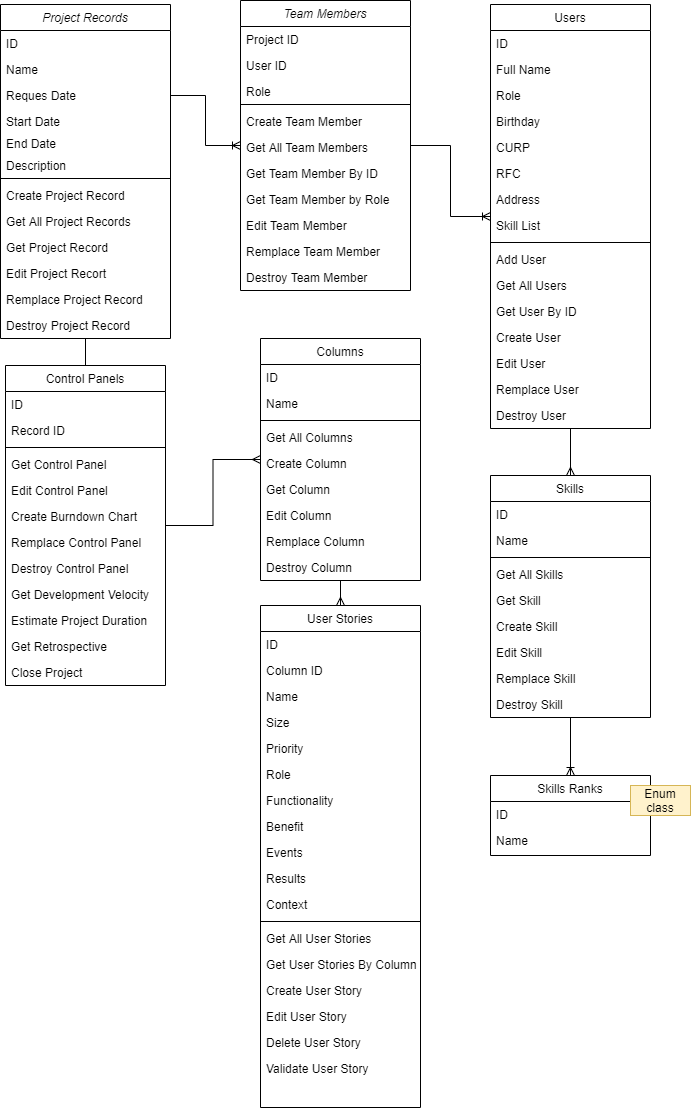
Above: developer_utils/CLASS_DIAGRAM.png in retrohell/manejador.proyectos (draw.io), before the change. Source tidied: cells renumbered, new cells last; positions are measured from the earlier drawing's top-left corner, leaving out a move shared by most shapes.
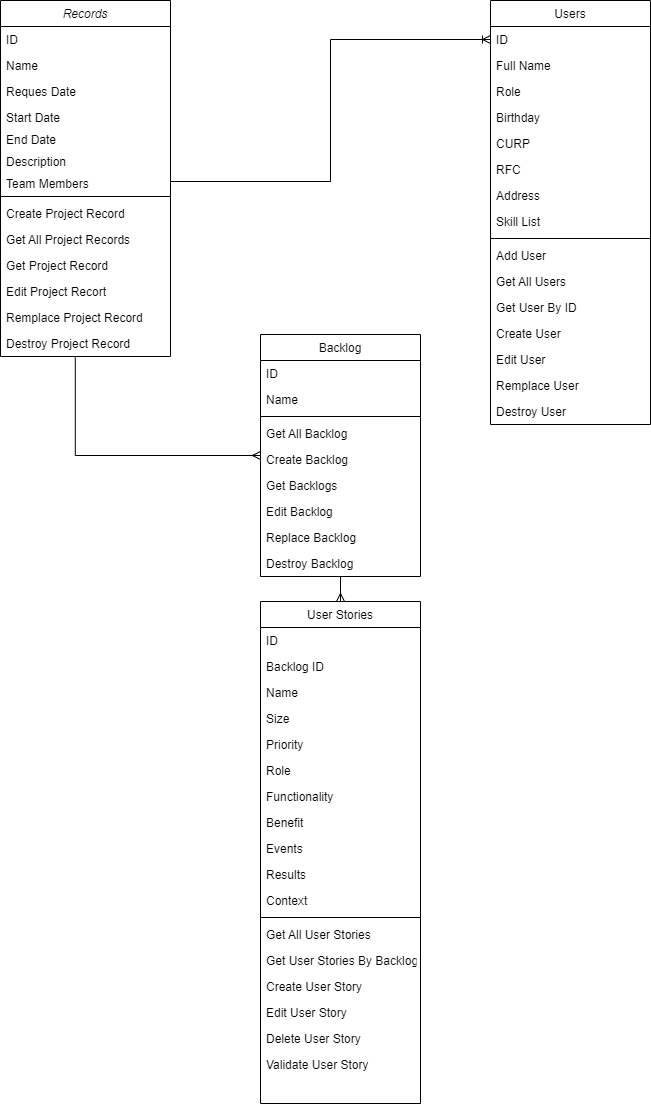
The same diagram one commit later.

Commit message:
Updated class diagram

What changed in the source:
```diff
@@ -2,11 +2,8 @@
   <root>
     <mxCell id="0" />
     <mxCell id="1" parent="0" />
-    <mxCell id="2" style="edgeStyle=orthogonalEdgeStyle;rounded=0;jettySize=auto;html=1;endArrow=none;endFill=0;strokeColor=#000000;" parent="1" edge="1" source="3" target="18">
-      <mxGeometry relative="1" as="geometry" />
-    </mxCell>
-    <mxCell id="3" value="Project Records" style="swimlane;fontStyle=2;align=center;verticalAlign=top;horizontal=1;startSize=26;rounded=0;shadow=0;strokeWidth=1;" parent="1" vertex="1">
-      <mxGeometry y="4" width="170" height="334" as="geometry" />
+    <mxCell id="3" value="Records" style="swimlane;fontStyle=2;align=center;verticalAlign=top;horizontal=1;startSize=26;rounded=0;shadow=0;strokeWidth=1;" parent="1" vertex="1">
+      <mxGeometry y="4" width="170" height="356" as="geometry" />
     </mxCell>
     <mxCell id="4" value="ID" style="text;align=left;verticalAlign=top;spacingLeft=4;spacingRight=4;overflow=hidden;" parent="3" vertex="1">
       <mxGeometry y="26" width="170" height="26" as="geometry" />
@@ -26,72 +23,33 @@
     <mxCell id="9" value="Description    " style="text;align=left;verticalAlign=top;spacingLeft=4;spacingRight=4;overflow=hidden;rounded=0;shadow=0;html=0;" parent="3" vertex="1">
       <mxGeometry y="148" width="170" height="22" as="geometry" />
     </mxCell>
+    <mxCell id="64" value="Team Members" style="text;align=left;verticalAlign=top;spacingLeft=4;spacingRight=4;overflow=hidden;points=[[0,0.5],[1,0.5]];portConstraint=eastwest;rounded=0;shadow=0;html=0;" parent="3" vertex="1">
+      <mxGeometry y="170" width="170" height="22" as="geometry" />
+    </mxCell>
     <mxCell id="10" style="line;html=1;strokeWidth=1;align=left;verticalAlign=middle;spacingTop=-1;spacingLeft=3;spacingRight=3;labelPosition=right;" parent="3" vertex="1">
-      <mxGeometry y="170" width="170" height="8" as="geometry" />
+      <mxGeometry y="192" width="170" height="8" as="geometry" />
     </mxCell>
     <mxCell id="11" value="Create Project Record" style="text;align=left;verticalAlign=top;spacingLeft=4;spacingRight=4;overflow=hidden;" parent="3" vertex="1">
-      <mxGeometry y="178" width="170" height="26" as="geometry" />
+      <mxGeometry y="200" width="170" height="26" as="geometry" />
     </mxCell>
     <mxCell id="12" value="Get All Project Records" style="text;align=left;verticalAlign=top;spacingLeft=4;spacingRight=4;overflow=hidden;" parent="3" vertex="1">
-      <mxGeometry y="204" width="170" height="26" as="geometry" />
+      <mxGeometry y="226" width="170" height="26" as="geometry" />
     </mxCell>
     <mxCell id="13" value="Get Project Record " style="text;align=left;verticalAlign=top;spacingLeft=4;spacingRight=4;overflow=hidden;" parent="3" vertex="1">
-      <mxGeometry y="230" width="170" height="26" as="geometry" />
+      <mxGeometry y="252" width="170" height="26" as="geometry" />
     </mxCell>
     <mxCell id="14" value="Edit Project Recort" style="text;align=left;verticalAlign=top;spacingLeft=4;spacingRight=4;overflow=hidden;" parent="3" vertex="1">
-      <mxGeometry y="256" width="170" height="26" as="geometry" />
+      <mxGeometry y="278" width="170" height="26" as="geometry" />
     </mxCell>
     <mxCell id="15" value="Remplace Project Record&#10;" style="text;align=left;verticalAlign=top;spacingLeft=4;spacingRight=4;overflow=hidden;" parent="3" vertex="1">
-      <mxGeometry y="282" width="170" height="26" as="geometry" />
+      <mxGeometry y="304" width="170" height="26" as="geometry" />
     </mxCell>
     <mxCell id="16" value="Destroy Project Record" style="text;align=left;verticalAlign=top;spacingLeft=4;spacingRight=4;overflow=hidden;points=[[0,0.5],[1,0.5]];portConstraint=eastwest;" parent="3" vertex="1">
-      <mxGeometry y="308" width="170" height="26" as="geometry" />
+      <mxGeometry y="330" width="170" height="26" as="geometry" />
     </mxCell>
-    <mxCell id="17" style="edgeStyle=orthogonalEdgeStyle;rounded=0;jettySize=auto;html=1;endArrow=ERmany;endFill=0;strokeColor=#000000;" parent="1" edge="1" source="18" target="78">
+    <mxCell id="17" style="edgeStyle=orthogonalEdgeStyle;rounded=0;jettySize=auto;html=1;endArrow=ERmany;endFill=0;strokeColor=#000000;exitX=0.44;exitY=1.031;exitDx=0;exitDy=0;exitPerimeter=0;" parent="1" edge="1" source="16" target="78">
       <mxGeometry relative="1" as="geometry" />
     </mxCell>
-    <mxCell id="18" value="Control Panels" style="swimlane;fontStyle=0;align=center;verticalAlign=top;horizontal=1;startSize=26;rounded=0;shadow=0;strokeWidth=1;" parent="1" vertex="1">
-      <mxGeometry x="5" y="365" width="160" height="320" as="geometry" />
-    </mxCell>
-    <mxCell id="19" value="ID" style="text;align=left;verticalAlign=top;spacingLeft=4;spacingRight=4;overflow=hidden;" parent="18" vertex="1">
-      <mxGeometry y="26" width="160" height="26" as="geometry" />
-    </mxCell>
-    <mxCell id="20" value="Record ID" style="text;align=left;verticalAlign=top;spacingLeft=4;spacingRight=4;overflow=hidden;rounded=0;shadow=0;html=0;" parent="18" vertex="1">
-      <mxGeometry y="52" width="160" height="26" as="geometry" />
-    </mxCell>
-    <mxCell id="21" style="line;html=1;strokeWidth=1;align=left;verticalAlign=middle;spacingTop=-1;spacingLeft=3;spacingRight=3;labelPosition=right;" parent="18" vertex="1">
-      <mxGeometry y="78" width="160" height="8" as="geometry" />
-    </mxCell>
-    <mxCell id="22" value="Get Control Panel" style="text;align=left;verticalAlign=top;spacingLeft=4;spacingRight=4;overflow=hidden;" parent="18" vertex="1">
-      <mxGeometry y="86" width="160" height="26" as="geometry" />
-    </mxCell>
-    <mxCell id="23" value="Edit Control Panel" style="text;align=left;verticalAlign=top;spacingLeft=4;spacingRight=4;overflow=hidden;" parent="18" vertex="1">
-      <mxGeometry y="112" width="160" height="26" as="geometry" />
-    </mxCell>
-    <mxCell id="24" value="Create Burndown Chart" style="text;align=left;verticalAlign=top;spacingLeft=4;spacingRight=4;overflow=hidden;" parent="18" vertex="1">
-      <mxGeometry y="138" width="160" height="26" as="geometry" />
-    </mxCell>
-    <mxCell id="25" value="Remplace Control Panel" style="text;align=left;verticalAlign=top;spacingLeft=4;spacingRight=4;overflow=hidden;" parent="18" vertex="1">
-      <mxGeometry y="164" width="160" height="26" as="geometry" />
-    </mxCell>
-    <mxCell id="26" value="Destroy Control Panel" style="text;align=left;verticalAlign=top;spacingLeft=4;spacingRight=4;overflow=hidden;" parent="18" vertex="1">
-      <mxGeometry y="190" width="160" height="26" as="geometry" />
-    </mxCell>
-    <mxCell id="27" value="Get Development Velocity" style="text;align=left;verticalAlign=top;spacingLeft=4;spacingRight=4;overflow=hidden;" parent="18" vertex="1">
-      <mxGeometry y="216" width="160" height="26" as="geometry" />
-    </mxCell>
-    <mxCell id="28" value="Estimate Project Duration" style="text;align=left;verticalAlign=top;spacingLeft=4;spacingRight=4;overflow=hidden;" parent="18" vertex="1">
-      <mxGeometry y="242" width="160" height="26" as="geometry" />
-    </mxCell>
-    <mxCell id="29" value="Get Retrospective" style="text;align=left;verticalAlign=top;spacingLeft=4;spacingRight=4;overflow=hidden;" parent="18" vertex="1">
-      <mxGeometry y="268" width="160" height="26" as="geometry" />
-    </mxCell>
-    <mxCell id="30" value="Close Project" style="text;align=left;verticalAlign=top;spacingLeft=4;spacingRight=4;overflow=hidden;" parent="18" vertex="1">
-      <mxGeometry y="294" width="160" height="26" as="geometry" />
-    </mxCell>
-    <mxCell id="31" style="edgeStyle=orthogonalEdgeStyle;rounded=0;jettySize=auto;html=1;entryX=0.5;entryY=0;entryDx=0;entryDy=0;endArrow=ERmany;endFill=0;strokeColor=#000000;" parent="1" edge="1" source="32" target="50">
-      <mxGeometry relative="1" as="geometry" />
-    </mxCell>
     <mxCell id="32" value="Users" style="swimlane;fontStyle=0;align=center;verticalAlign=top;horizontal=1;startSize=26;rounded=0;shadow=0;strokeWidth=1;" parent="1" vertex="1">
       <mxGeometry x="490" y="4" width="160" height="424" as="geometry" />
     </mxCell>
@@ -143,94 +101,13 @@
     <mxCell id="48" value="Destroy User" style="text;align=left;verticalAlign=top;spacingLeft=4;spacingRight=4;overflow=hidden;" parent="32" vertex="1">
       <mxGeometry y="398" width="160" height="26" as="geometry" />
     </mxCell>
-    <mxCell id="49" style="edgeStyle=orthogonalEdgeStyle;rounded=0;jettySize=auto;html=1;endArrow=ERoneToMany;endFill=0;strokeColor=#000000;" parent="1" edge="1" source="50" target="60">
-      <mxGeometry relative="1" as="geometry" />
-    </mxCell>
-    <mxCell id="50" value="Skills" style="swimlane;fontStyle=0;align=center;verticalAlign=top;horizontal=1;startSize=26;rounded=0;shadow=0;strokeWidth=1;" parent="1" vertex="1">
-      <mxGeometry x="490" y="475" width="160" height="242" as="geometry" />
-    </mxCell>
-    <mxCell id="51" value="ID" style="text;align=left;verticalAlign=top;spacingLeft=4;spacingRight=4;overflow=hidden;" parent="50" vertex="1">
-      <mxGeometry y="26" width="160" height="26" as="geometry" />
-    </mxCell>
-    <mxCell id="52" value="Name" style="text;align=left;verticalAlign=top;spacingLeft=4;spacingRight=4;overflow=hidden;" parent="50" vertex="1">
-      <mxGeometry y="52" width="160" height="26" as="geometry" />
-    </mxCell>
-    <mxCell id="53" style="line;html=1;strokeWidth=1;align=left;verticalAlign=middle;spacingTop=-1;spacingLeft=3;spacingRight=3;labelPosition=right;" parent="50" vertex="1">
-      <mxGeometry y="78" width="160" height="8" as="geometry" />
-    </mxCell>
-    <mxCell id="54" value="Get All Skills" style="text;align=left;verticalAlign=top;spacingLeft=4;spacingRight=4;overflow=hidden;" parent="50" vertex="1">
-      <mxGeometry y="86" width="160" height="26" as="geometry" />
-    </mxCell>
-    <mxCell id="55" value="Get Skill" style="text;align=left;verticalAlign=top;spacingLeft=4;spacingRight=4;overflow=hidden;" parent="50" vertex="1">
-      <mxGeometry y="112" width="160" height="26" as="geometry" />
-    </mxCell>
-    <mxCell id="56" value="Create Skill" style="text;align=left;verticalAlign=top;spacingLeft=4;spacingRight=4;overflow=hidden;" parent="50" vertex="1">
-      <mxGeometry y="138" width="160" height="26" as="geometry" />
-    </mxCell>
-    <mxCell id="57" value="Edit Skill" style="text;align=left;verticalAlign=top;spacingLeft=4;spacingRight=4;overflow=hidden;" parent="50" vertex="1">
-      <mxGeometry y="164" width="160" height="26" as="geometry" />
-    </mxCell>
-    <mxCell id="58" value="Remplace Skill" style="text;align=left;verticalAlign=top;spacingLeft=4;spacingRight=4;overflow=hidden;" parent="50" vertex="1">
-      <mxGeometry y="190" width="160" height="26" as="geometry" />
-    </mxCell>
-    <mxCell id="59" value="Destroy Skill" style="text;align=left;verticalAlign=top;spacingLeft=4;spacingRight=4;overflow=hidden;" parent="50" vertex="1">
-      <mxGeometry y="216" width="160" height="26" as="geometry" />
-    </mxCell>
-    <mxCell id="60" value="Skills Ranks" style="swimlane;fontStyle=0;align=center;verticalAlign=top;horizontal=1;startSize=26;rounded=0;shadow=0;strokeWidth=1;" parent="1" vertex="1">
-      <mxGeometry x="490" y="775" width="160" height="80" as="geometry" />
-    </mxCell>
-    <mxCell id="61" value="ID" style="text;align=left;verticalAlign=top;spacingLeft=4;spacingRight=4;overflow=hidden;" parent="60" vertex="1">
-      <mxGeometry y="26" width="160" height="26" as="geometry" />
-    </mxCell>
-    <mxCell id="62" value="Name" style="text;align=left;verticalAlign=top;spacingLeft=4;spacingRight=4;overflow=hidden;" parent="60" vertex="1">
-      <mxGeometry y="52" width="160" height="26" as="geometry" />
-    </mxCell>
-    <mxCell id="63" style="edgeStyle=orthogonalEdgeStyle;rounded=0;jettySize=auto;html=1;endArrow=ERoneToMany;endFill=0;strokeColor=#000000;" parent="1" edge="1" source="64" target="32">
-      <mxGeometry relative="1" as="geometry" />
-    </mxCell>
-    <mxCell id="64" value="Team Members" style="swimlane;fontStyle=2;align=center;verticalAlign=top;horizontal=1;startSize=26;rounded=0;shadow=0;strokeWidth=1;" parent="1" vertex="1">
-      <mxGeometry x="240" width="170" height="290" as="geometry" />
-    </mxCell>
-    <mxCell id="65" value="Project ID" style="text;align=left;verticalAlign=top;spacingLeft=4;spacingRight=4;overflow=hidden;" parent="64" vertex="1">
-      <mxGeometry y="26" width="170" height="26" as="geometry" />
-    </mxCell>
-    <mxCell id="66" value="User ID" style="text;align=left;verticalAlign=top;spacingLeft=4;spacingRight=4;overflow=hidden;rounded=0;shadow=0;html=0;" parent="64" vertex="1">
-      <mxGeometry y="52" width="170" height="26" as="geometry" />
-    </mxCell>
-    <mxCell id="67" value="Role" style="text;align=left;verticalAlign=top;spacingLeft=4;spacingRight=4;overflow=hidden;rounded=0;shadow=0;html=0;" parent="64" vertex="1">
-      <mxGeometry y="78" width="170" height="22" as="geometry" />
-    </mxCell>
-    <mxCell id="68" style="line;html=1;strokeWidth=1;align=left;verticalAlign=middle;spacingTop=-1;spacingLeft=3;spacingRight=3;labelPosition=right;" parent="64" vertex="1">
-      <mxGeometry y="100" width="170" height="8" as="geometry" />
-    </mxCell>
-    <mxCell id="69" value="Create Team Member" style="text;align=left;verticalAlign=top;spacingLeft=4;spacingRight=4;overflow=hidden;" parent="64" vertex="1">
-      <mxGeometry y="108" width="170" height="26" as="geometry" />
-    </mxCell>
-    <mxCell id="70" value="Get All Team Members" style="text;align=left;verticalAlign=top;spacingLeft=4;spacingRight=4;overflow=hidden;" parent="64" vertex="1">
-      <mxGeometry y="134" width="170" height="26" as="geometry" />
-    </mxCell>
-    <mxCell id="71" value="Get Team Member By ID" style="text;align=left;verticalAlign=top;spacingLeft=4;spacingRight=4;overflow=hidden;" parent="64" vertex="1">
-      <mxGeometry y="160" width="170" height="26" as="geometry" />
-    </mxCell>
-    <mxCell id="72" value="Get Team Member by Role" style="text;align=left;verticalAlign=top;spacingLeft=4;spacingRight=4;overflow=hidden;" parent="64" vertex="1">
-      <mxGeometry y="186" width="170" height="26" as="geometry" />
-    </mxCell>
-    <mxCell id="73" value="Edit Team Member" style="text;align=left;verticalAlign=top;spacingLeft=4;spacingRight=4;overflow=hidden;" parent="64" vertex="1">
-      <mxGeometry y="212" width="170" height="26" as="geometry" />
-    </mxCell>
-    <mxCell id="74" value="Remplace Team Member&#10;" style="text;align=left;verticalAlign=top;spacingLeft=4;spacingRight=4;overflow=hidden;" parent="64" vertex="1">
-      <mxGeometry y="238" width="170" height="26" as="geometry" />
-    </mxCell>
-    <mxCell id="75" value="Destroy Team Member" style="text;align=left;verticalAlign=top;spacingLeft=4;spacingRight=4;overflow=hidden;" parent="64" vertex="1">
-      <mxGeometry y="264" width="170" height="26" as="geometry" />
-    </mxCell>
-    <mxCell id="76" style="edgeStyle=orthogonalEdgeStyle;rounded=0;jettySize=auto;html=1;endArrow=ERoneToMany;endFill=0;strokeColor=#000000;" parent="1" edge="1" source="6" target="64">
+    <mxCell id="76" style="edgeStyle=orthogonalEdgeStyle;rounded=0;jettySize=auto;html=1;endArrow=ERoneToMany;endFill=0;strokeColor=#000000;entryX=0;entryY=0.5;entryDx=0;entryDy=0;exitX=1;exitY=0.5;exitDx=0;exitDy=0;" parent="1" edge="1" source="64" target="33">
       <mxGeometry relative="1" as="geometry" />
     </mxCell>
     <mxCell id="77" style="edgeStyle=orthogonalEdgeStyle;rounded=0;jettySize=auto;html=1;endArrow=ERmany;endFill=0;strokeColor=#000000;" parent="1" edge="1" source="78" target="88">
       <mxGeometry relative="1" as="geometry" />
     </mxCell>
-    <mxCell id="78" value="Columns" style="swimlane;fontStyle=0;align=center;verticalAlign=top;horizontal=1;startSize=26;rounded=0;shadow=0;strokeWidth=1;" parent="1" vertex="1">
+    <mxCell id="78" value="Backlog" style="swimlane;fontStyle=0;align=center;verticalAlign=top;horizontal=1;startSize=26;rounded=0;shadow=0;strokeWidth=1;" parent="1" vertex="1">
       <mxGeometry x="260" y="338" width="160" height="242" as="geometry" />
     </mxCell>
     <mxCell id="79" value="ID" style="text;align=left;verticalAlign=top;spacingLeft=4;spacingRight=4;overflow=hidden;" parent="78" vertex="1">
@@ -242,22 +119,22 @@
     <mxCell id="81" style="line;html=1;strokeWidth=1;align=left;verticalAlign=middle;spacingTop=-1;spacingLeft=3;spacingRight=3;labelPosition=right;" parent="78" vertex="1">
       <mxGeometry y="78" width="160" height="8" as="geometry" />
     </mxCell>
-    <mxCell id="82" value="Get All Columns" style="text;align=left;verticalAlign=top;spacingLeft=4;spacingRight=4;overflow=hidden;" parent="78" vertex="1">
+    <mxCell id="82" value="Get All Backlog" style="text;align=left;verticalAlign=top;spacingLeft=4;spacingRight=4;overflow=hidden;" parent="78" vertex="1">
       <mxGeometry y="86" width="160" height="26" as="geometry" />
     </mxCell>
-    <mxCell id="83" value="Create Column" style="text;align=left;verticalAlign=top;spacingLeft=4;spacingRight=4;overflow=hidden;" parent="78" vertex="1">
+    <mxCell id="83" value="Create Backlog" style="text;align=left;verticalAlign=top;spacingLeft=4;spacingRight=4;overflow=hidden;" parent="78" vertex="1">
       <mxGeometry y="112" width="160" height="26" as="geometry" />
     </mxCell>
-    <mxCell id="84" value="Get Column" style="text;align=left;verticalAlign=top;spacingLeft=4;spacingRight=4;overflow=hidden;" parent="78" vertex="1">
+    <mxCell id="84" value="Get Backlogs" style="text;align=left;verticalAlign=top;spacingLeft=4;spacingRight=4;overflow=hidden;" parent="78" vertex="1">
       <mxGeometry y="138" width="160" height="26" as="geometry" />
     </mxCell>
-    <mxCell id="85" value="Edit Column" style="text;align=left;verticalAlign=top;spacingLeft=4;spacingRight=4;overflow=hidden;" parent="78" vertex="1">
+    <mxCell id="85" value="Edit Backlog" style="text;align=left;verticalAlign=top;spacingLeft=4;spacingRight=4;overflow=hidden;" parent="78" vertex="1">
       <mxGeometry y="164" width="160" height="26" as="geometry" />
     </mxCell>
-    <mxCell id="86" value="Remplace Column" style="text;align=left;verticalAlign=top;spacingLeft=4;spacingRight=4;overflow=hidden;" parent="78" vertex="1">
+    <mxCell id="86" value="Replace Backlog" style="text;align=left;verticalAlign=top;spacingLeft=4;spacingRight=4;overflow=hidden;" parent="78" vertex="1">
       <mxGeometry y="190" width="160" height="26" as="geometry" />
     </mxCell>
-    <mxCell id="87" value="Destroy Column" style="text;align=left;verticalAlign=top;spacingLeft=4;spacingRight=4;overflow=hidden;" parent="78" vertex="1">
+    <mxCell id="87" value="Destroy Backlog" style="text;align=left;verticalAlign=top;spacingLeft=4;spacingRight=4;overflow=hidden;" parent="78" vertex="1">
       <mxGeometry y="216" width="160" height="26" as="geometry" />
     </mxCell>
     <mxCell id="88" value="User Stories" style="swimlane;fontStyle=0;align=center;verticalAlign=top;horizontal=1;startSize=26;rounded=0;shadow=0;strokeWidth=1;" parent="1" vertex="1">
@@ -266,7 +143,7 @@
     <mxCell id="89" value="ID" style="text;align=left;verticalAlign=top;spacingLeft=4;spacingRight=4;overflow=hidden;" parent="88" vertex="1">
       <mxGeometry y="26" width="160" height="26" as="geometry" />
     </mxCell>
-    <mxCell id="90" value="Column ID" style="text;align=left;verticalAlign=top;spacingLeft=4;spacingRight=4;overflow=hidden;rounded=0;shadow=0;html=0;" parent="88" vertex="1">
+    <mxCell id="90" value="Backlog ID" style="text;align=left;verticalAlign=top;spacingLeft=4;spacingRight=4;overflow=hidden;rounded=0;shadow=0;html=0;" parent="88" vertex="1">
       <mxGeometry y="52" width="160" height="26" as="geometry" />
     </mxCell>
     <mxCell id="91" value="Name" style="text;align=left;verticalAlign=top;spacingLeft=4;spacingRight=4;overflow=hidden;rounded=0;shadow=0;html=0;" parent="88" vertex="1">
@@ -302,7 +179,7 @@
     <mxCell id="101" value="Get All User Stories" style="text;align=left;verticalAlign=top;spacingLeft=4;spacingRight=4;overflow=hidden;" parent="88" vertex="1">
       <mxGeometry y="320" width="160" height="26" as="geometry" />
     </mxCell>
-    <mxCell id="102" value="Get User Stories By Column" style="text;align=left;verticalAlign=top;spacingLeft=4;spacingRight=4;overflow=hidden;" parent="88" vertex="1">
+    <mxCell id="102" value="Get User Stories By Backlog" style="text;align=left;verticalAlign=top;spacingLeft=4;spacingRight=4;overflow=hidden;" parent="88" vertex="1">
       <mxGeometry y="346" width="160" height="26" as="geometry" />
     </mxCell>
     <mxCell id="103" value="Create User Story&#10;" style="text;align=left;verticalAlign=top;spacingLeft=4;spacingRight=4;overflow=hidden;" parent="88" vertex="1">
@@ -317,8 +194,5 @@
     <mxCell id="106" value="Validate User Story" style="text;align=left;verticalAlign=top;spacingLeft=4;spacingRight=4;overflow=hidden;" parent="88" vertex="1">
       <mxGeometry y="450" width="160" height="26" as="geometry" />
     </mxCell>
-    <mxCell id="107" value="Enum class" style="text;html=1;strokeColor=#d6b656;fillColor=#fff2cc;align=center;verticalAlign=middle;whiteSpace=wrap;rounded=0;" parent="1" vertex="1">
-      <mxGeometry x="630" y="785" width="60" height="30" as="geometry" />
-    </mxCell>
   </root>
 </mxGraphModel>
```
